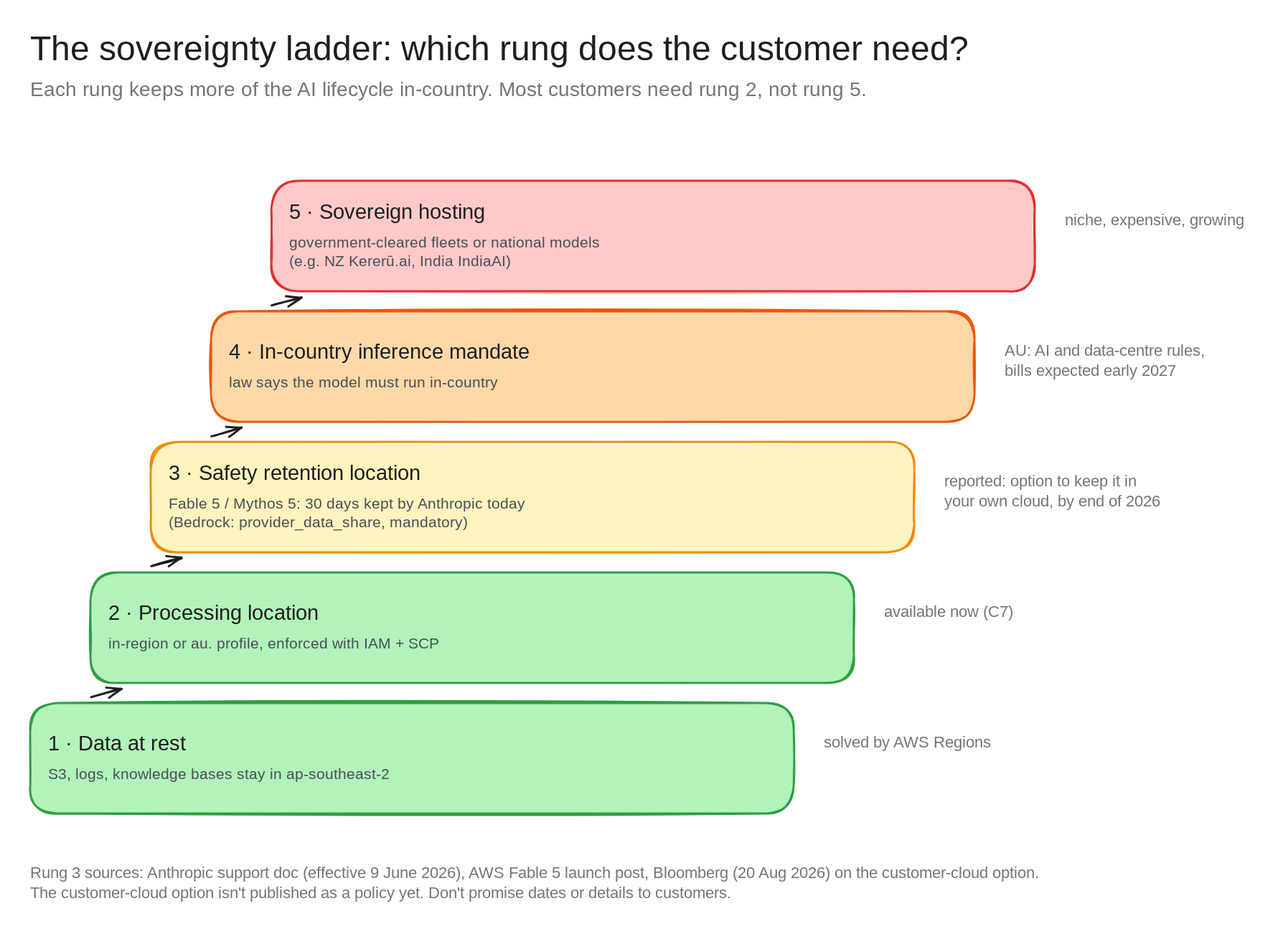
Above: architecture-diagrams/claude-anz-infra-excalidraw/diagrams/c7a-sovereignty-ladder.excalidraw.svg in bsnehanshu/slides (Excalidraw), before the change. Source tidied: one line per element, renumbered; positions are measured from the earlier drawing's top-left corner, leaving out a move shared by most shapes.
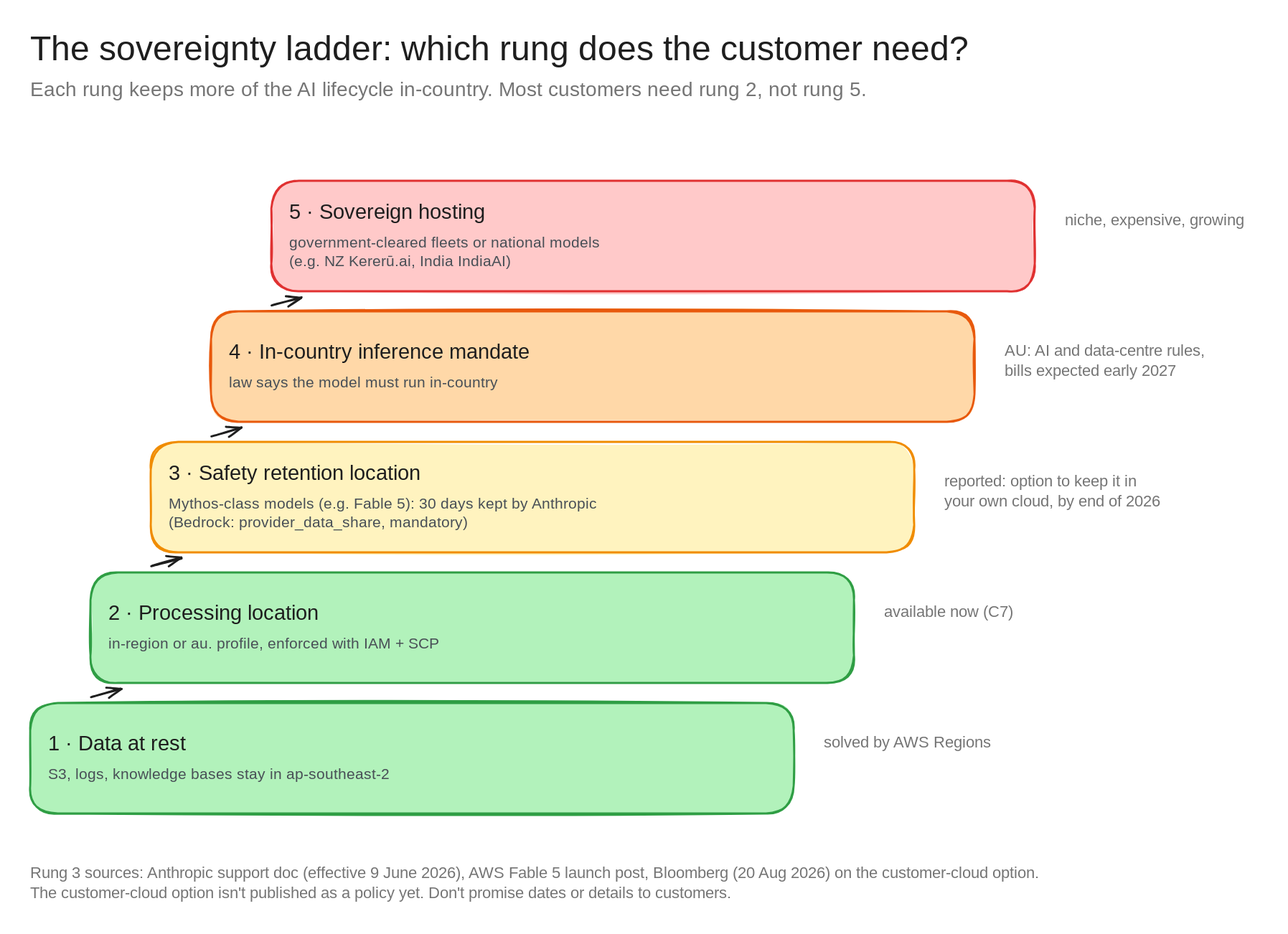
Above is the later version.

Change to the diagram source:
```diff
@@ -10,7 +10,7 @@
 {"id": 9, "type": "text", "text": "available now (C7)", "strokeColor": "#757575", "strokeWidth": 2, "roughness": 1, "fontSize": 16, "fontFamily": 5, "x": 850, "y": 570, "width": 140, "height": 20}
 {"id": 10, "type": "rectangle", "strokeColor": "#f08c00", "backgroundColor": "#fff3bf", "fillStyle": "solid", "strokeWidth": 2, "roughness": 1, "round": true, "x": 120, "y": 410, "width": 760, "height": 110}
 {"id": 11, "type": "text", "text": "3 · Safety retention location", "strokeColor": "#1e1e1e", "strokeWidth": 2, "roughness": 1, "fontSize": 21, "fontFamily": 5, "x": 138, "y": 429, "width": 297, "height": 26}
-{"id": 12, "type": "text", "text": "Fable 5 / Mythos 5: 30 days kept by Anthropic today\n(Bedrock: provider_data_share, mandatory)", "strokeColor": "#495057", "strokeWidth": 2, "roughness": 1, "fontSize": 15, "fontFamily": 5, "x": 138, "y": 463, "width": 398, "height": 38}
+{"id": 12, "type": "text", "text": "Mythos-class models (e.g. Fable 5): 30 days kept by Anthropic\n(Bedrock: provider_data_share, mandatory)", "strokeColor": "#495057", "strokeWidth": 2, "roughness": 1, "fontSize": 15, "fontFamily": 5, "x": 138, "y": 463, "width": 458, "height": 38}
 {"id": 13, "type": "text", "text": "reported: option to keep it in\nyour own cloud, by end of 2026", "strokeColor": "#757575", "strokeWidth": 2, "roughness": 1, "fontSize": 16, "fontFamily": 5, "x": 910, "y": 440, "width": 252, "height": 40}
 {"id": 14, "type": "rectangle", "strokeColor": "#e8590c", "backgroundColor": "#ffd8a8", "fillStyle": "solid", "strokeWidth": 2, "roughness": 1, "round": true, "x": 180, "y": 280, "width": 760, "height": 110}
 {"id": 15, "type": "text", "text": "4 · In-country inference mandate", "strokeColor": "#1e1e1e", "strokeWidth": 2, "roughness": 1, "fontSize": 21, "fontFamily": 5, "x": 198, "y": 308, "width": 336, "height": 26}
```
